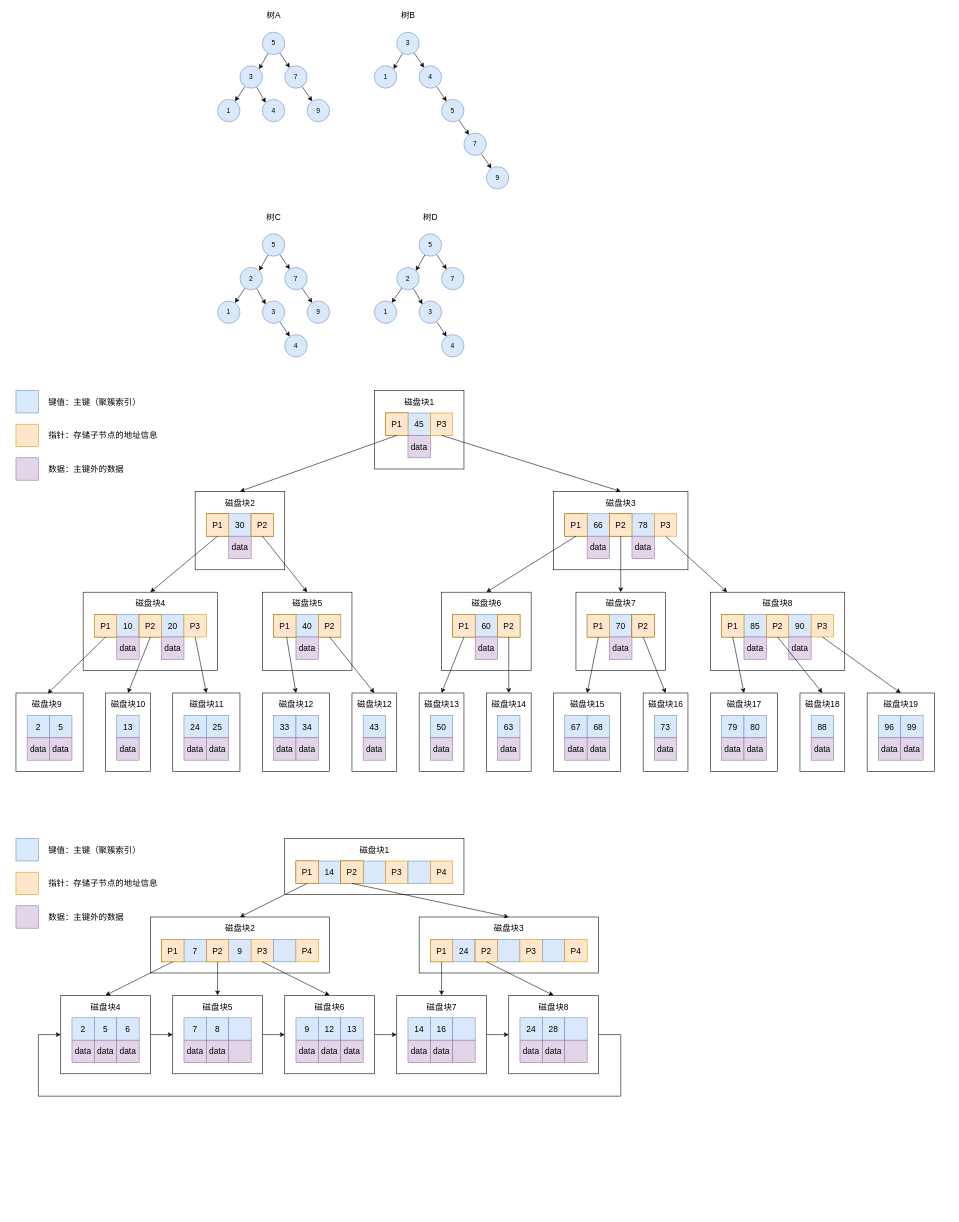
Earlier version of the draw.io diagram MySQL 的 B+Tree/MySQL 的 B+Tree.drawio (zero-97/picture-of-the-article). Source tidied: cells renumbered, new cells numbered last; positions are measured from the earlier drawing's top-left corner, leaving out a move shared by most shapes. Both pictures are drawn from the tidied source at 56%, with x=0, y=0 at pixel (16, 10).
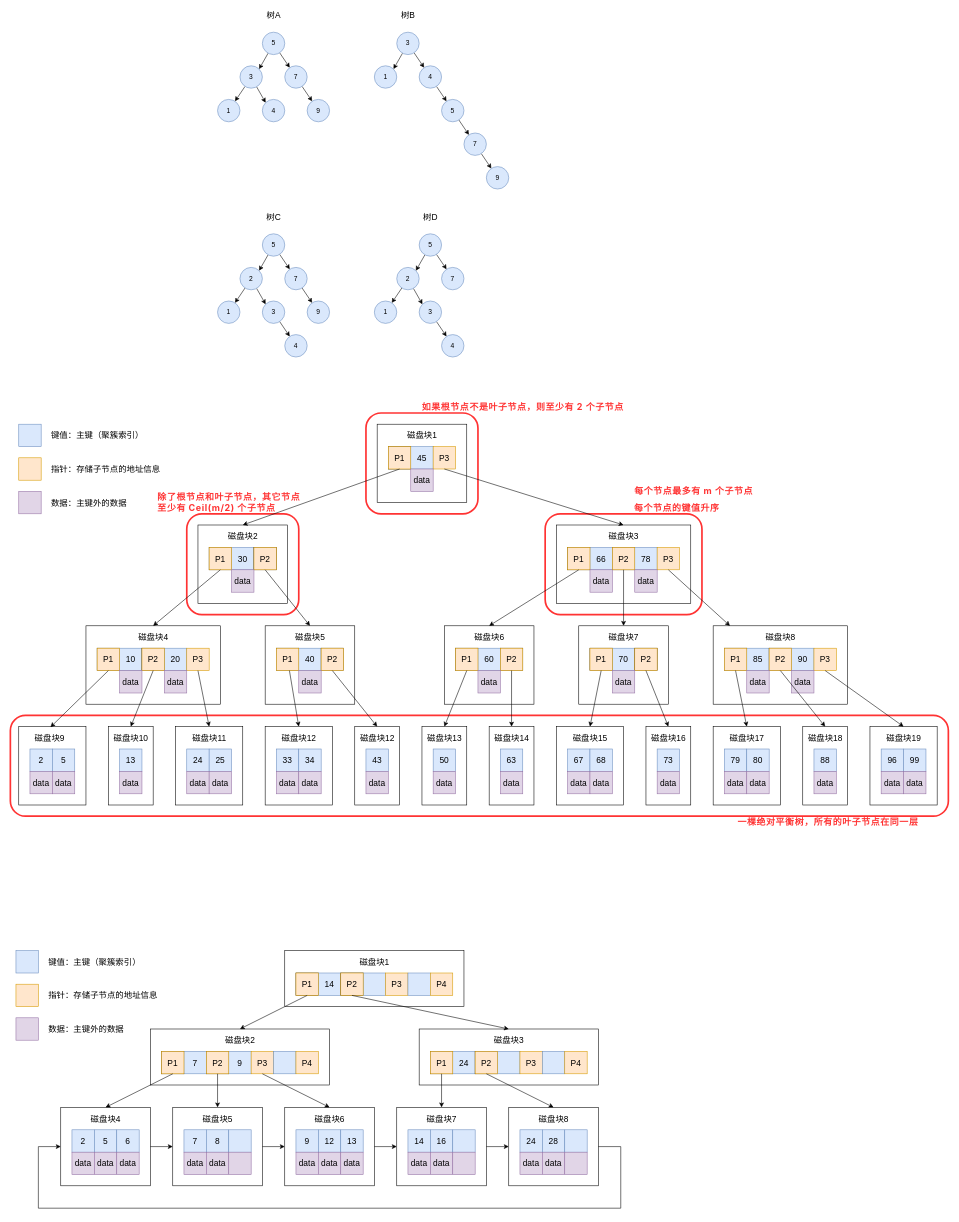
Above is the later version.

The change refers to these unchanged cells:
```xml
<mxCell id="58" value="P3" style="rounded=0;whiteSpace=wrap;html=1;fontSize=15;fillColor=#ffe6cc;strokeColor=#d79b00;" parent="52" vertex="1">
  <mxGeometry x="180" y="40" width="40" height="40" as="geometry" />
</mxCell>
<mxCell id="292" style="rounded=0;whiteSpace=wrap;html=1;fontSize=15;" parent="291" vertex="1">
  <mxGeometry width="160" height="140" as="geometry" />
</mxCell>
<mxCell id="310" style="rounded=0;whiteSpace=wrap;html=1;fontSize=15;" parent="309" vertex="1">
  <mxGeometry width="160" height="140" as="geometry" />
</mxCell>
```

The edit, as a diff of the source:
```diff
@@
+    <mxCell id="328" style="rounded=1;whiteSpace=wrap;html=1;fontSize=15;strokeColor=#FF3333;strokeWidth=3;" parent="1" vertex="1">
+      <mxGeometry x="305" y="900" width="200" height="180" as="geometry" />
+    </mxCell>
+    <mxCell id="329" style="rounded=1;whiteSpace=wrap;html=1;fontSize=15;strokeColor=#FF3333;strokeWidth=3;" parent="1" vertex="1">
+      <mxGeometry x="-10" y="1260" width="1675" height="180" as="geometry" />
+    </mxCell>
@@
     <mxCell id="52" style="group;" parent="1" vertex="1">
-      <mxGeometry x="960" y="860" width="240" height="140" as="geometry" />
+      <mxGeometry x="965" y="920" width="260" height="160" as="geometry" />
     </mxCell>
+    <mxCell id="330" style="rounded=1;whiteSpace=wrap;html=1;fontSize=15;strokeColor=#FF3333;strokeWidth=3;" parent="52" vertex="1">
+      <mxGeometry x="-20" y="-20" width="280" height="180" as="geometry" />
+    </mxCell>
@@
     <mxCell id="64" style="group;" parent="1" vertex="1">
-      <mxGeometry x="320" y="860" width="160" height="140" as="geometry" />
+      <mxGeometry x="325" y="920" width="160" height="140" as="geometry" />
     </mxCell>
@@
     <mxCell id="73" style="group;" parent="1" vertex="1">
-      <mxGeometry x="120" y="1040" width="240" height="140" as="geometry" />
+      <mxGeometry x="125" y="1100" width="240" height="140" as="geometry" />
     </mxCell>
@@
     <mxCell id="86" style="group;" parent="1" vertex="1">
-      <mxGeometry x="440" y="1040" width="160" height="140" as="geometry" />
+      <mxGeometry x="445" y="1100" width="160" height="140" as="geometry" />
     </mxCell>
@@
     <mxCell id="96" style="group;" parent="1" vertex="1">
-      <mxGeometry x="160" y="1220" width="80" height="140" as="geometry" />
+      <mxGeometry x="165" y="1280" width="80" height="140" as="geometry" />
     </mxCell>
@@
     <mxCell id="101" style="group;" parent="1" vertex="1">
-      <mxGeometry y="1220" width="120" height="140" as="geometry" />
+      <mxGeometry x="5" y="1280" width="120" height="140" as="geometry" />
     </mxCell>
@@
     <mxCell id="111" style="group;" parent="1" vertex="1">
-      <mxGeometry x="440" y="1220" width="120" height="140" as="geometry" />
+      <mxGeometry x="445" y="1280" width="120" height="140" as="geometry" />
     </mxCell>
@@
     <mxCell id="118" style="group;" parent="1" vertex="1">
-      <mxGeometry x="280" y="1220" width="120" height="140" as="geometry" />
+      <mxGeometry x="285" y="1280" width="120" height="140" as="geometry" />
     </mxCell>
@@
     <mxCell id="126" style="group;" parent="1" vertex="1">
-      <mxGeometry x="600" y="1220" width="80" height="140" as="geometry" />
+      <mxGeometry x="605" y="1280" width="80" height="140" as="geometry" />
     </mxCell>
@@
     <mxCell id="132" style="group;" parent="1" vertex="1">
-      <mxGeometry x="760" y="1040" width="160" height="140" as="geometry" />
+      <mxGeometry x="765" y="1100" width="160" height="140" as="geometry" />
     </mxCell>
@@
     <mxCell id="141" style="group;" parent="1" vertex="1">
-      <mxGeometry x="1000" y="1040" width="160" height="140" as="geometry" />
+      <mxGeometry x="1005" y="1100" width="160" height="140" as="geometry" />
     </mxCell>
@@
     <mxCell id="150" style="group;" parent="1" vertex="1">
-      <mxGeometry x="1240" y="1040" width="240" height="140" as="geometry" />
+      <mxGeometry x="1245" y="1100" width="240" height="140" as="geometry" />
     </mxCell>
@@
     <mxCell id="164" style="edgeStyle=none;rounded=0;jettySize=auto;html=1;fontSize=15;exitX=0.5;exitY=1;exitDx=0;exitDy=0;" parent="1" edge="1" source="58">
       <mxGeometry relative="1" as="geometry">
-        <mxPoint x="1270" y="1040" as="targetPoint" />
+        <mxPoint x="1275" y="1100" as="targetPoint" />
       </mxGeometry>
     </mxCell>
     <mxCell id="165" style="group;" parent="1" vertex="1">
-      <mxGeometry x="720" y="1220" width="80" height="140" as="geometry" />
+      <mxGeometry x="725" y="1280" width="80" height="140" as="geometry" />
     </mxCell>
@@
     <mxCell id="170" style="group;" parent="1" vertex="1">
-      <mxGeometry x="840" y="1220" width="80" height="140" as="geometry" />
+      <mxGeometry x="845" y="1280" width="80" height="140" as="geometry" />
     </mxCell>
@@
     <mxCell id="175" style="group;" parent="1" vertex="1">
-      <mxGeometry x="960" y="1220" width="120" height="140" as="geometry" />
+      <mxGeometry x="965" y="1280" width="120" height="140" as="geometry" />
     </mxCell>
@@
     <mxCell id="182" style="group;" parent="1" vertex="1">
-      <mxGeometry x="1120" y="1220" width="80" height="140" as="geometry" />
+      <mxGeometry x="1125" y="1280" width="80" height="140" as="geometry" />
     </mxCell>
@@
     <mxCell id="187" style="group;" parent="1" vertex="1">
-      <mxGeometry x="1240" y="1220" width="120" height="140" as="geometry" />
+      <mxGeometry x="1245" y="1280" width="120" height="140" as="geometry" />
     </mxCell>
@@
     <mxCell id="194" style="group;" parent="1" vertex="1">
-      <mxGeometry x="1400" y="1220" width="80" height="140" as="geometry" />
+      <mxGeometry x="1405" y="1280" width="80" height="140" as="geometry" />
     </mxCell>
@@
     <mxCell id="199" style="group;" parent="1" vertex="1">
-      <mxGeometry x="1520" y="1220" width="120" height="140" as="geometry" />
+      <mxGeometry x="1525" y="1280" width="120" height="140" as="geometry" />
     </mxCell>
@@
     <mxCell id="213" style="group;" parent="1" vertex="1">
-      <mxGeometry x="640" y="680" width="160" height="140" as="geometry" />
+      <mxGeometry x="645" y="740" width="180" height="160" as="geometry" />
     </mxCell>
+    <mxCell id="331" style="rounded=1;whiteSpace=wrap;html=1;fontSize=15;strokeColor=#FF3333;strokeWidth=3;" parent="213" vertex="1">
+      <mxGeometry x="-20" y="-20" width="200" height="180" as="geometry" />
+    </mxCell>
@@
     <mxCell id="223" style="rounded=0;whiteSpace=wrap;html=1;fontSize=15;fillColor=#dae8fc;strokeColor=#6c8ebf;" parent="1" vertex="1">
-      <mxGeometry y="680" width="40" height="40" as="geometry" />
+      <mxGeometry x="5" y="740" width="40" height="40" as="geometry" />
     </mxCell>
     <mxCell id="224" style="rounded=0;whiteSpace=wrap;html=1;fontSize=15;fillColor=#ffe6cc;strokeColor=#d79b00;" parent="1" vertex="1">
-      <mxGeometry y="740" width="40" height="40" as="geometry" />
+      <mxGeometry x="5" y="800" width="40" height="40" as="geometry" />
     </mxCell>
     <mxCell id="225" style="rounded=0;whiteSpace=wrap;html=1;fontSize=15;fillColor=#e1d5e7;strokeColor=#9673a6;" parent="1" vertex="1">
-      <mxGeometry y="800" width="40" height="40" as="geometry" />
+      <mxGeometry x="5" y="860" width="40" height="40" as="geometry" />
     </mxCell>
     <mxCell id="226" value="键值：主键（聚簇索引）" style="text;html=1;align=center;verticalAlign=middle;strokeColor=none;fillColor=none;fontSize=15;" parent="1" vertex="1">
-      <mxGeometry x="50" y="690" width="180" height="20" as="geometry" />
+      <mxGeometry x="55" y="750" width="180" height="20" as="geometry" />
     </mxCell>
     <mxCell id="227" value="指针：存储子节点的地址信息" style="text;html=1;align=center;verticalAlign=middle;strokeColor=none;fillColor=none;fontSize=15;" parent="1" vertex="1">
-      <mxGeometry x="50" y="750" width="210" height="20" as="geometry" />
+      <mxGeometry x="55" y="810" width="210" height="20" as="geometry" />
     </mxCell>
     <mxCell id="228" value="数据：主键外的数据" style="text;html=1;align=center;verticalAlign=middle;strokeColor=none;fillColor=none;fontSize=15;" parent="1" vertex="1">
-      <mxGeometry x="50" y="810" width="150" height="20" as="geometry" />
+      <mxGeometry x="55" y="870" width="150" height="20" as="geometry" />
     </mxCell>
     <mxCell id="229" style="rounded=0;whiteSpace=wrap;html=1;fontSize=15;fillColor=#dae8fc;strokeColor=#6c8ebf;" parent="1" vertex="1">
-      <mxGeometry y="1480" width="40" height="40" as="geometry" />
+      <mxGeometry y="1680" width="40" height="40" as="geometry" />
     </mxCell>
     <mxCell id="230" style="rounded=0;whiteSpace=wrap;html=1;fontSize=15;fillColor=#ffe6cc;strokeColor=#d79b00;" parent="1" vertex="1">
-      <mxGeometry y="1540" width="40" height="40" as="geometry" />
+      <mxGeometry y="1740" width="40" height="40" as="geometry" />
     </mxCell>
     <mxCell id="231" style="rounded=0;whiteSpace=wrap;html=1;fontSize=15;fillColor=#e1d5e7;strokeColor=#9673a6;" parent="1" vertex="1">
-      <mxGeometry y="1600" width="40" height="40" as="geometry" />
+      <mxGeometry y="1800" width="40" height="40" as="geometry" />
     </mxCell>
     <mxCell id="232" value="键值：主键（聚簇索引）" style="text;html=1;align=center;verticalAlign=middle;strokeColor=none;fillColor=none;fontSize=15;" parent="1" vertex="1">
-      <mxGeometry x="50" y="1490" width="180" height="20" as="geometry" />
+      <mxGeometry x="50" y="1690" width="180" height="20" as="geometry" />
     </mxCell>
     <mxCell id="233" value="指针：存储子节点的地址信息" style="text;html=1;align=center;verticalAlign=middle;strokeColor=none;fillColor=none;fontSize=15;" parent="1" vertex="1">
-      <mxGeometry x="50" y="1550" width="210" height="20" as="geometry" />
+      <mxGeometry x="50" y="1750" width="210" height="20" as="geometry" />
     </mxCell>
     <mxCell id="234" value="数据：主键外的数据" style="text;html=1;align=center;verticalAlign=middle;strokeColor=none;fillColor=none;fontSize=15;" parent="1" vertex="1">
-      <mxGeometry x="50" y="1610" width="150" height="20" as="geometry" />
+      <mxGeometry x="50" y="1810" width="150" height="20" as="geometry" />
     </mxCell>
     <mxCell id="235" style="group;" parent="1" vertex="1">
-      <mxGeometry x="480" y="1480" width="320" height="100" as="geometry" />
+      <mxGeometry x="480" y="1680" width="320" height="100" as="geometry" />
     </mxCell>
@@
     <mxCell id="247" style="group;" parent="1" vertex="1">
-      <mxGeometry x="240" y="1620" width="320" height="100" as="geometry" />
+      <mxGeometry x="240" y="1820" width="320" height="100" as="geometry" />
     </mxCell>
@@
     <mxCell id="259" style="group;" parent="1" vertex="1">
-      <mxGeometry x="720" y="1620" width="320" height="100" as="geometry" />
+      <mxGeometry x="720" y="1820" width="320" height="100" as="geometry" />
     </mxCell>
@@
     <mxCell id="273" style="group;" parent="1" vertex="1">
-      <mxGeometry x="480" y="1760" width="160" height="140" as="geometry" />
+      <mxGeometry x="480" y="1960" width="160" height="140" as="geometry" />
     </mxCell>
@@
     <mxCell id="282" style="group;" parent="1" vertex="1">
-      <mxGeometry x="280" y="1760" width="160" height="140" as="geometry" />
+      <mxGeometry x="280" y="1960" width="160" height="140" as="geometry" />
     </mxCell>
@@
     <mxCell id="291" style="group;" parent="1" vertex="1">
-      <mxGeometry x="80" y="1760" width="160" height="140" as="geometry" />
+      <mxGeometry x="80" y="1960" width="160" height="140" as="geometry" />
     </mxCell>
@@
     <mxCell id="300" style="group;" parent="1" vertex="1">
-      <mxGeometry x="680" y="1760" width="160" height="140" as="geometry" />
+      <mxGeometry x="680" y="1960" width="160" height="140" as="geometry" />
     </mxCell>
@@
     <mxCell id="309" style="group;" parent="1" vertex="1">
-      <mxGeometry x="880" y="1760" width="160" height="140" as="geometry" />
+      <mxGeometry x="880" y="1960" width="160" height="140" as="geometry" />
     </mxCell>
@@
     <mxCell id="327" style="edgeStyle=orthogonalEdgeStyle;rounded=0;jettySize=auto;html=1;fontSize=15;entryX=0;entryY=0.5;entryDx=0;entryDy=0;exitX=1;exitY=0.5;exitDx=0;exitDy=0;" parent="1" edge="1" source="310" target="292">
       <mxGeometry relative="1" as="geometry">
         <Array as="points">
-          <mxPoint x="1080" y="1830" />
-          <mxPoint x="1080" y="1940" />
-          <mxPoint x="40" y="1940" />
-          <mxPoint x="40" y="1830" />
+          <mxPoint x="1080" y="2030" />
+          <mxPoint x="1080" y="2140" />
+          <mxPoint x="40" y="2140" />
+          <mxPoint x="40" y="2030" />
         </Array>
       </mxGeometry>
     </mxCell>
+    <mxCell id="332" value="&lt;div style=&quot;text-align: start;&quot;&gt;&lt;span style=&quot;background-color: initial; font-size: 16px; letter-spacing: 1px;&quot;&gt;&lt;font face=&quot;-apple-system, SF UI Text, Arial, PingFang SC, Hiragino Sans GB, Microsoft YaHei, WenQuanYi Micro Hei, sans-serif, SimHei, SimSun&quot; color=&quot;#ff3333&quot;&gt;每个节点的键值升序&lt;/font&gt;&lt;/span&gt;&lt;/div&gt;" style="text;html=1;align=center;verticalAlign=middle;strokeColor=none;fillColor=none;fontSize=15;fontStyle=1;" parent="1" vertex="1">
+      <mxGeometry x="1095" y="880" width="170" height="20" as="geometry" />
+    </mxCell>
+    <mxCell id="333" value="&lt;div style=&quot;text-align: start;&quot;&gt;&lt;span style=&quot;background-color: initial; font-size: 16px; letter-spacing: 1px;&quot;&gt;&lt;font face=&quot;-apple-system, SF UI Text, Arial, PingFang SC, Hiragino Sans GB, Microsoft YaHei, WenQuanYi Micro Hei, sans-serif, SimHei, SimSun&quot; color=&quot;#ff3333&quot;&gt;一棵绝对平衡树，所有的叶子节点在同一层&lt;/font&gt;&lt;/span&gt;&lt;/div&gt;" style="text;html=1;align=center;verticalAlign=middle;strokeColor=none;fillColor=none;fontSize=15;fontStyle=1;" parent="1" vertex="1">
+      <mxGeometry x="1280" y="1440" width="340" height="20" as="geometry" />
+    </mxCell>
+    <mxCell id="334" value="&lt;div style=&quot;text-align: start;&quot;&gt;&lt;span style=&quot;background-color: initial; font-size: 16px; letter-spacing: 1px;&quot;&gt;&lt;font face=&quot;-apple-system, SF UI Text, Arial, PingFang SC, Hiragino Sans GB, Microsoft YaHei, WenQuanYi Micro Hei, sans-serif, SimHei, SimSun&quot; color=&quot;#ff3333&quot;&gt;除了根节点和叶子节点，其它节点&lt;/font&gt;&lt;/span&gt;&lt;/div&gt;&lt;div style=&quot;text-align: start;&quot;&gt;&lt;span style=&quot;background-color: initial; font-size: 16px; letter-spacing: 1px;&quot;&gt;&lt;font face=&quot;-apple-system, SF UI Text, Arial, PingFang SC, Hiragino Sans GB, Microsoft YaHei, WenQuanYi Micro Hei, sans-serif, SimHei, SimSun&quot; color=&quot;#ff3333&quot;&gt;至少有 Ceil(m/2) 个子节点&lt;/font&gt;&lt;/span&gt;&lt;/div&gt;" style="text;html=1;align=center;verticalAlign=middle;strokeColor=none;fillColor=none;fontSize=15;fontStyle=1;" parent="1" vertex="1">
+      <mxGeometry x="245" y="860" width="270" height="40" as="geometry" />
+    </mxCell>
+    <mxCell id="335" value="&lt;div style=&quot;text-align: start;&quot;&gt;&lt;span style=&quot;background-color: initial; font-size: 16px; letter-spacing: 1px;&quot;&gt;&lt;font face=&quot;-apple-system, SF UI Text, Arial, PingFang SC, Hiragino Sans GB, Microsoft YaHei, WenQuanYi Micro Hei, sans-serif, SimHei, SimSun&quot; color=&quot;#ff3333&quot;&gt;如果根节点不是叶子节点，则至少有 2 个子节点&lt;/font&gt;&lt;/span&gt;&lt;/div&gt;" style="text;html=1;align=center;verticalAlign=middle;strokeColor=none;fillColor=none;fontSize=15;fontStyle=1;" parent="1" vertex="1">
+      <mxGeometry x="715" y="700" width="380" height="20" as="geometry" />
+    </mxCell>
+    <mxCell id="336" value="&lt;span style=&quot;font-family: -apple-system, &amp;quot;SF UI Text&amp;quot;, Arial, &amp;quot;PingFang SC&amp;quot;, &amp;quot;Hiragino Sans GB&amp;quot;, &amp;quot;Microsoft YaHei&amp;quot;, &amp;quot;WenQuanYi Micro Hei&amp;quot;, sans-serif, SimHei, SimSun; font-size: 16px; letter-spacing: 1px; text-align: start; background-color: rgb(255, 255, 255);&quot;&gt;&lt;font color=&quot;#ff3333&quot;&gt;每个节点最多有 m 个子节点&lt;/font&gt;&lt;/span&gt;" style="text;html=1;align=center;verticalAlign=middle;strokeColor=none;fillColor=none;fontSize=15;fontStyle=1;" parent="1" vertex="1">
+      <mxGeometry x="1095" y="850" width="230" height="20" as="geometry" />
+    </mxCell>
```
